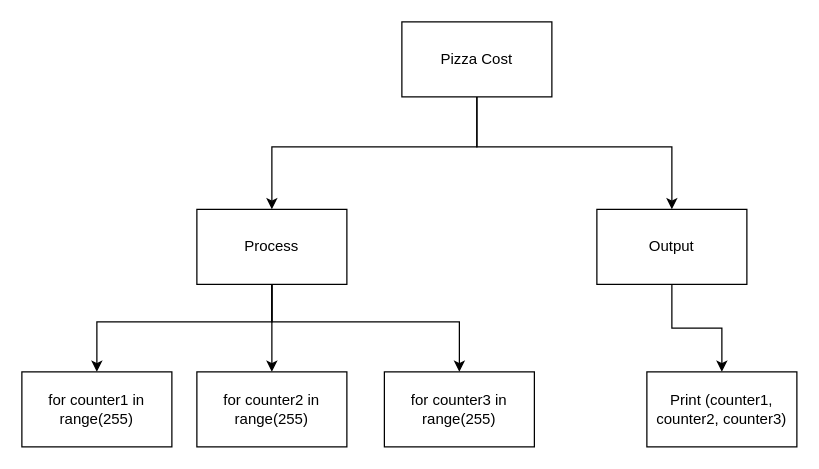
Earlier version of the draw.io diagram RGB Values Top-Down.drawio (Dahrio-Francois/ICS3U-Unit4-06-Python). Source tidied: cells renumbered, new cells numbered last; positions are measured from the earlier drawing's top-left corner, leaving out a move shared by most shapes. Both pictures are drawn from the tidied source at 125%, with x=0, y=0 at pixel (21, 21).
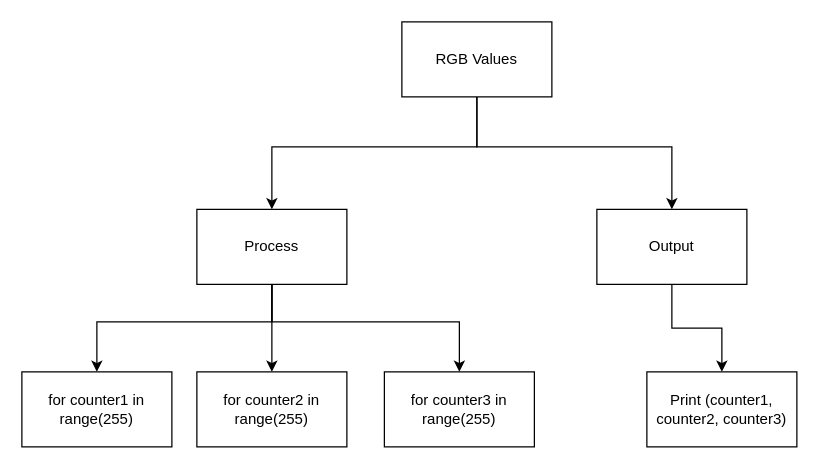
Above is the later version.

Commit message:
made change to top-down design

What changed in the source:
```diff
@@
-    <mxCell id="4" value="Pizza Cost" style="rounded=0;whiteSpace=wrap;html=1;" parent="1" vertex="1">
+    <mxCell id="4" value="RGB Values" style="rounded=0;whiteSpace=wrap;html=1;" parent="1" vertex="1">
       <mxGeometry x="304" width="120" height="60" as="geometry" />
     </mxCell>
```
